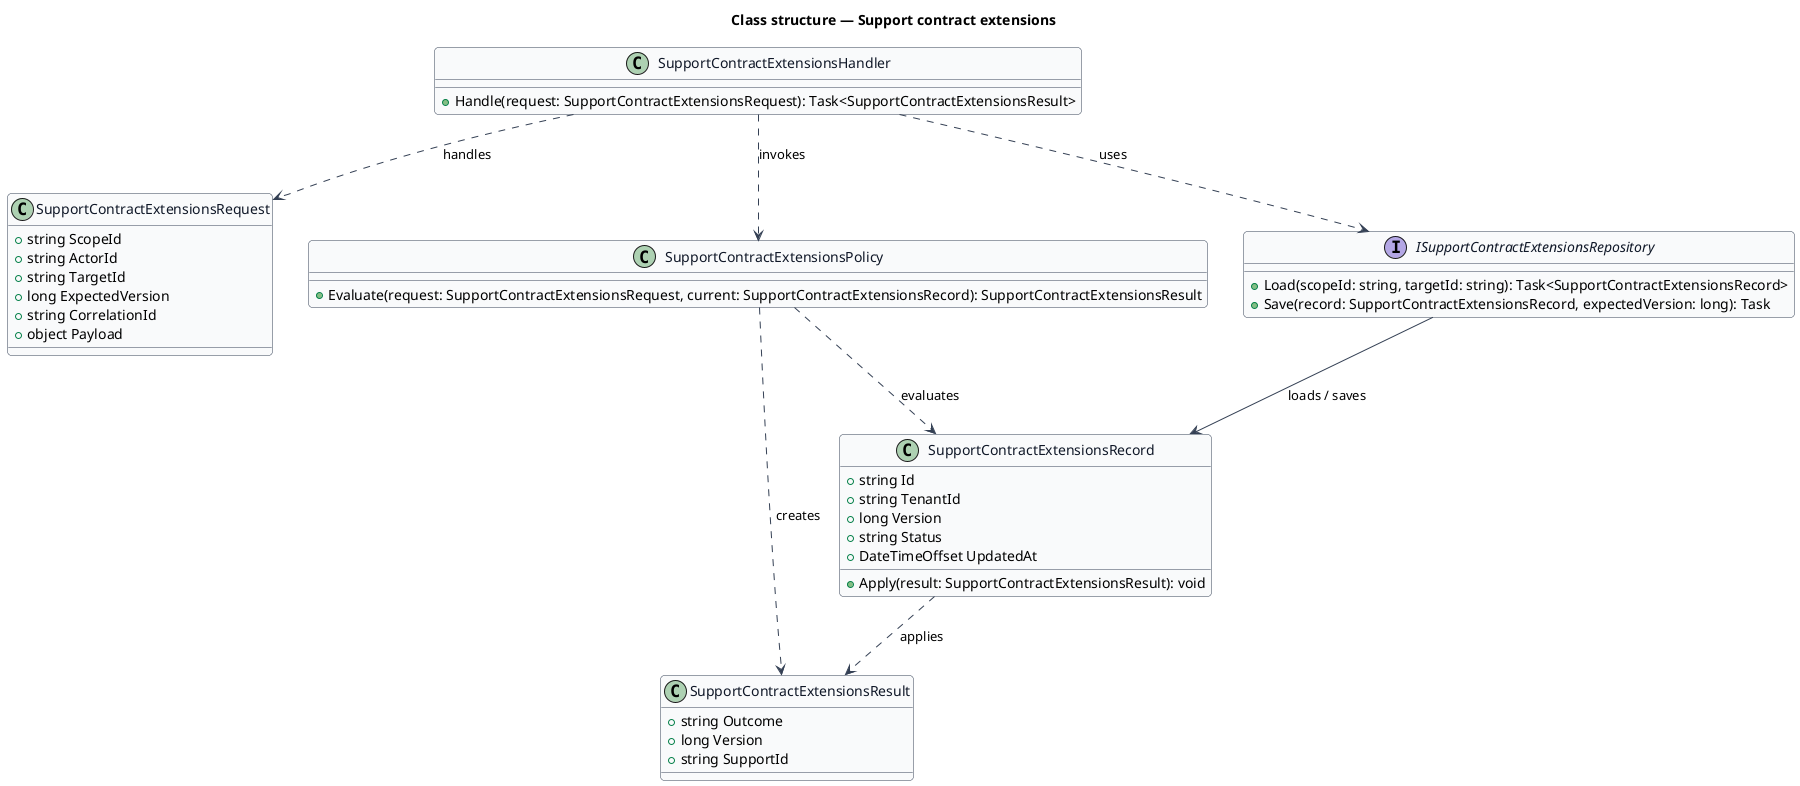
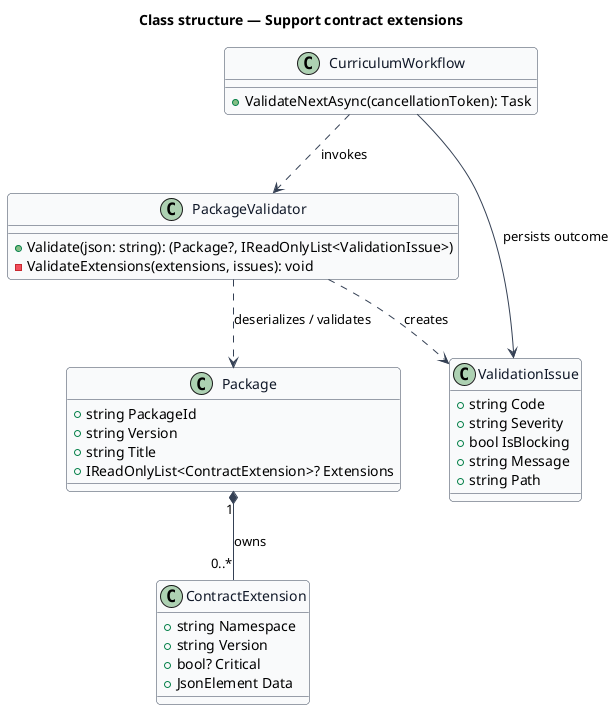
@startuml
skinparam backgroundColor #FFFFFF
skinparam shadowing false
skinparam roundcorner 8
skinparam defaultFontName Arial
skinparam ArrowColor #344054
skinparam class {
  BorderColor #344054
  FontColor #101828
  BackgroundColor #F9FAFB
}
title Class structure — Support contract extensions

- class SupportContractExtensionsRequest {
-   +string ScopeId
-   +string ActorId
-   +string TargetId
-   +long ExpectedVersion
-   +string CorrelationId
-   +object Payload
+ class ContractExtension {
+   +string Namespace
+   +string Version
+   +bool? Critical
+   +JsonElement Data
}

- class SupportContractExtensionsResult {
-   +string Outcome
-   +long Version
-   +string SupportId
+ class Package {
+   +string PackageId
+   +string Version
+   +string Title
+   +IReadOnlyList<ContractExtension>? Extensions
}

- class SupportContractExtensionsRecord {
-   +string Id
-   +string TenantId
-   +long Version
-   +string Status
-   +DateTimeOffset UpdatedAt
-   +Apply(result: SupportContractExtensionsResult): void
+ class PackageValidator {
+   +Validate(json: string): (Package?, IReadOnlyList<ValidationIssue>)
+   -ValidateExtensions(extensions, issues): void
}

- class SupportContractExtensionsPolicy {
-   +Evaluate(request: SupportContractExtensionsRequest, current: SupportContractExtensionsRecord): SupportContractExtensionsResult
+ class ValidationIssue {
+   +string Code
+   +string Severity
+   +bool IsBlocking
+   +string Message
+   +string Path
}

- interface ISupportContractExtensionsRepository {
-   +Load(scopeId: string, targetId: string): Task<SupportContractExtensionsRecord>
-   +Save(record: SupportContractExtensionsRecord, expectedVersion: long): Task
+ class CurriculumWorkflow {
+   +ValidateNextAsync(cancellationToken): Task
}

- class SupportContractExtensionsHandler {
-   +Handle(request: SupportContractExtensionsRequest): Task<SupportContractExtensionsResult>
- }
- 
- SupportContractExtensionsHandler ..> SupportContractExtensionsRequest : handles
- SupportContractExtensionsHandler ..> SupportContractExtensionsPolicy : invokes
- SupportContractExtensionsHandler ..> ISupportContractExtensionsRepository : uses
- ISupportContractExtensionsRepository --> SupportContractExtensionsRecord : loads / saves
- SupportContractExtensionsPolicy ..> SupportContractExtensionsRecord : evaluates
- SupportContractExtensionsPolicy ..> SupportContractExtensionsResult : creates
- SupportContractExtensionsRecord ..> SupportContractExtensionsResult : applies
+ Package "1" *-- "0..*" ContractExtension : owns
+ PackageValidator ..> Package : deserializes / validates
+ PackageValidator ..> ValidationIssue : creates
+ CurriculumWorkflow ..> PackageValidator : invokes
+ CurriculumWorkflow --> ValidationIssue : persists outcome
@enduml
